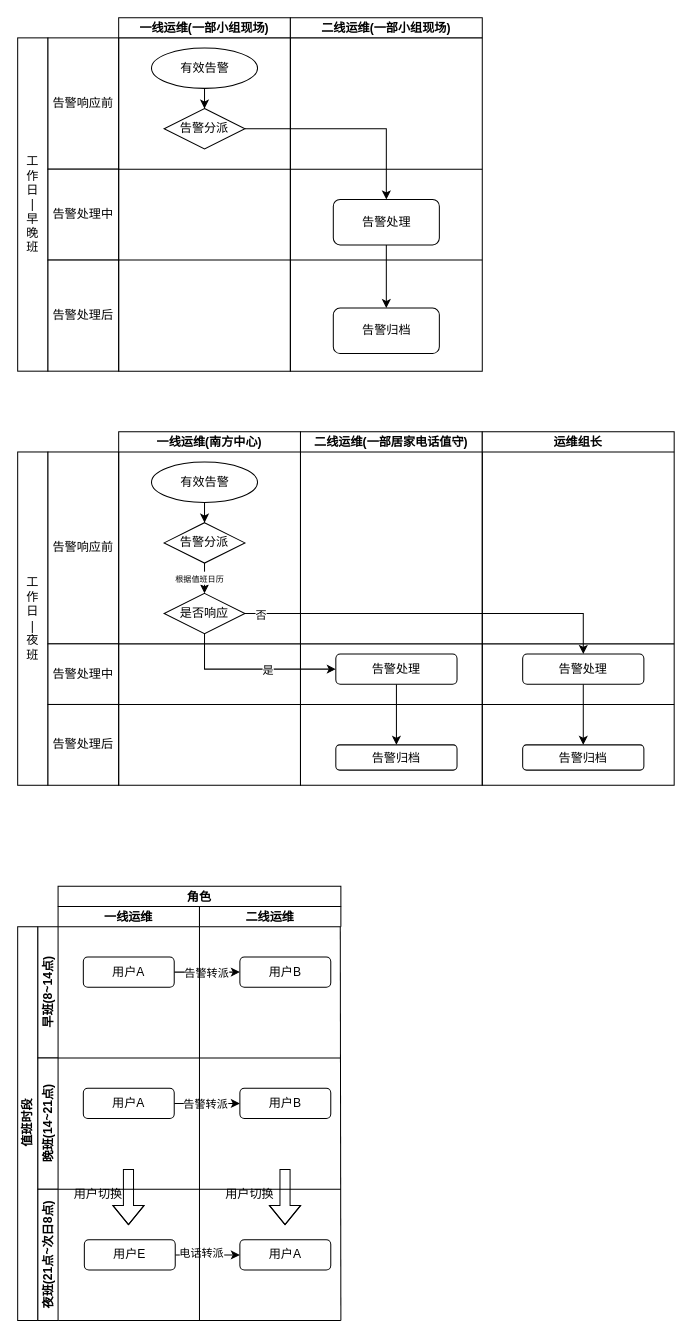
jaywin2u/practices keeps this draw.io diagram as 协作流程.drawio. Above is the earlier version. Source tidied: cells renumbered, new cells numbered last; positions are measured from the earlier drawing's top-left corner, leaving out a move shared by most shapes. Both pictures are drawn from the tidied source at 101%, with x=0, y=0 at pixel (17, 17).
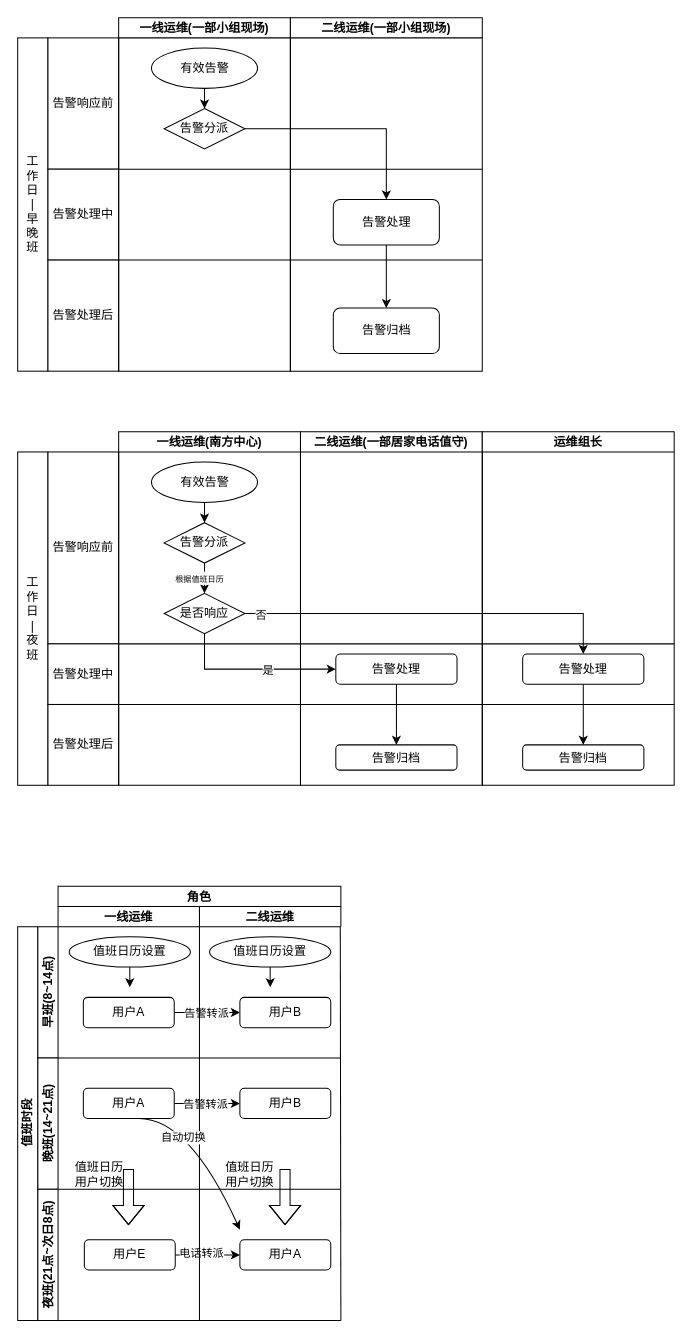
The same page after the edit.

Commit message:
已添加 协作流程.drawio

What changed in the source:
```diff
@@
     <mxCell id="48" value="用户A" style="rounded=1;whiteSpace=wrap;html=1;" parent="1" vertex="1">
-      <mxGeometry x="65" y="930" width="90" height="30" as="geometry" />
+      <mxGeometry x="65" y="970" width="90" height="30" as="geometry" />
     </mxCell>
@@
     <mxCell id="51" value="用户B" style="rounded=1;whiteSpace=wrap;html=1;" parent="1" vertex="1">
-      <mxGeometry x="220" y="930" width="90" height="30" as="geometry" />
+      <mxGeometry x="220" y="970" width="90" height="30" as="geometry" />
     </mxCell>
@@
-    <mxCell id="66" value="用户切换" style="text;html=1;align=center;verticalAlign=middle;whiteSpace=wrap;rounded=0;" parent="1" vertex="1">
-      <mxGeometry x="50" y="1150" width="60" height="30" as="geometry" />
-    </mxCell>
-    <mxCell id="67" value="用户切换" style="text;html=1;align=center;verticalAlign=middle;whiteSpace=wrap;rounded=0;" parent="1" vertex="1">
-      <mxGeometry x="200" y="1150" width="60" height="30" as="geometry" />
-    </mxCell>
@@
+    <mxCell id="69" style="edgeStyle=orthogonalEdgeStyle;rounded=0;jettySize=auto;html=1;" parent="1" edge="1" source="70">
+      <mxGeometry relative="1" as="geometry">
+        <mxPoint x="111" y="960" as="targetPoint" />
+      </mxGeometry>
+    </mxCell>
+    <mxCell id="70" value="值班日历设置" style="ellipse;whiteSpace=wrap;html=1;" parent="1" vertex="1">
+      <mxGeometry x="51" y="910" width="120" height="30" as="geometry" />
+    </mxCell>
+    <mxCell id="71" style="edgeStyle=orthogonalEdgeStyle;rounded=0;jettySize=auto;html=1;" parent="1" edge="1" source="72">
+      <mxGeometry relative="1" as="geometry">
+        <mxPoint x="250" y="960" as="targetPoint" />
+      </mxGeometry>
+    </mxCell>
+    <mxCell id="72" value="值班日历设置" style="ellipse;whiteSpace=wrap;html=1;" parent="1" vertex="1">
+      <mxGeometry x="190" y="910" width="120" height="30" as="geometry" />
+    </mxCell>
+    <mxCell id="73" value="值班日历&lt;div&gt;用户切换&lt;/div&gt;" style="text;html=1;align=center;verticalAlign=middle;whiteSpace=wrap;rounded=0;" parent="1" vertex="1">
+      <mxGeometry x="51" y="1130" width="60" height="30" as="geometry" />
+    </mxCell>
+    <mxCell id="74" value="值班日历&lt;div&gt;用户切换&lt;/div&gt;" style="text;html=1;align=center;verticalAlign=middle;whiteSpace=wrap;rounded=0;" parent="1" vertex="1">
+      <mxGeometry x="200" y="1130" width="60" height="30" as="geometry" />
+    </mxCell>
+    <mxCell id="75" style="curved=1;endArrow=classic;html=1;rounded=0;" parent="1" edge="1">
+      <mxGeometry relative="1" as="geometry">
+        <mxPoint x="120" y="1090" as="sourcePoint" />
+        <mxPoint x="220" y="1200" as="targetPoint" />
+        <Array as="points">
+          <mxPoint x="170" y="1090" />
+        </Array>
+      </mxGeometry>
+    </mxCell>
+    <mxCell id="76" value="自动切换" style="edgeLabel;html=1;align=center;verticalAlign=middle;" parent="75" vertex="1">
+      <mxGeometry x="-0.25" y="-13" relative="1" as="geometry" />
+    </mxCell>
```
